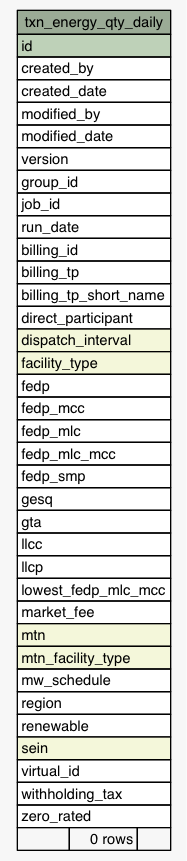
eyana-m/python-data-dictionary-writer keeps this Graphviz diagram as Data/settlement/diagrams/summary/txn_energy_qty_daily.1degree.png. Above is the earlier version. Its source is kept beside it as Data/settlement/diagrams/summary/txn_energy_qty_daily.1degree.dot.
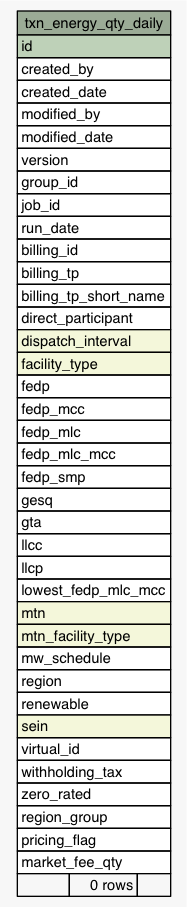
The same file after the commit.

Change to the diagram source:
```diff
@@ -44,7 +44,6 @@
       <TR><TD PORT="llcc" COLSPAN="3" ALIGN="LEFT">llcc</TD></TR>
       <TR><TD PORT="llcp" COLSPAN="3" ALIGN="LEFT">llcp</TD></TR>
       <TR><TD PORT="lowest_fedp_mlc_mcc" COLSPAN="3" ALIGN="LEFT">lowest_fedp_mlc_mcc</TD></TR>
-      <TR><TD PORT="market_fee" COLSPAN="3" ALIGN="LEFT">market_fee</TD></TR>
       <TR><TD PORT="mtn" COLSPAN="3" BGCOLOR="#f4f7da" ALIGN="LEFT">mtn</TD></TR>
       <TR><TD PORT="mtn_facility_type" COLSPAN="3" BGCOLOR="#f4f7da" ALIGN="LEFT">mtn_facility_type</TD></TR>
       <TR><TD PORT="mw_schedule" COLSPAN="3" ALIGN="LEFT">mw_schedule</TD></TR>
@@ -54,6 +53,9 @@
       <TR><TD PORT="virtual_id" COLSPAN="3" ALIGN="LEFT">virtual_id</TD></TR>
       <TR><TD PORT="withholding_tax" COLSPAN="3" ALIGN="LEFT">withholding_tax</TD></TR>
       <TR><TD PORT="zero_rated" COLSPAN="3" ALIGN="LEFT">zero_rated</TD></TR>
+      <TR><TD PORT="region_group" COLSPAN="3" ALIGN="LEFT">region_group</TD></TR>
+      <TR><TD PORT="pricing_flag" COLSPAN="3" ALIGN="LEFT">pricing_flag</TD></TR>
+      <TR><TD PORT="market_fee_qty" COLSPAN="3" ALIGN="LEFT">market_fee_qty</TD></TR>
       <TR><TD ALIGN="LEFT" BGCOLOR="#f7f7f7">  </TD><TD ALIGN="RIGHT" BGCOLOR="#f7f7f7">0 rows</TD><TD ALIGN="RIGHT" BGCOLOR="#f7f7f7">  </TD></TR>
     </TABLE>>
     URL="tables/txn_energy_qty_daily.html"
```
